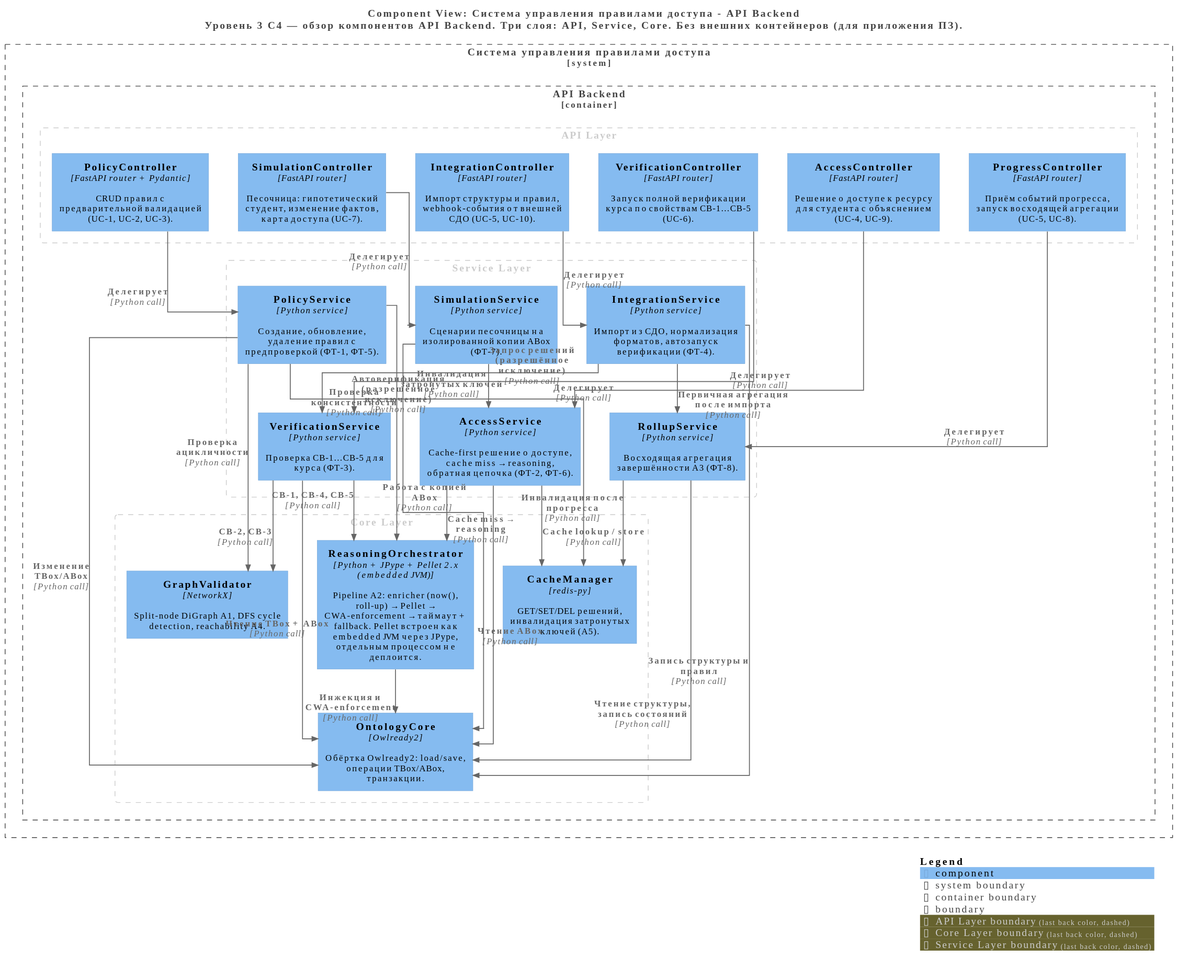
Readiee/vkr-access-control keeps this PlantUML diagram as diagrams/c4/exports/svg/structurizr-Overview.svg. Above is the earlier version.
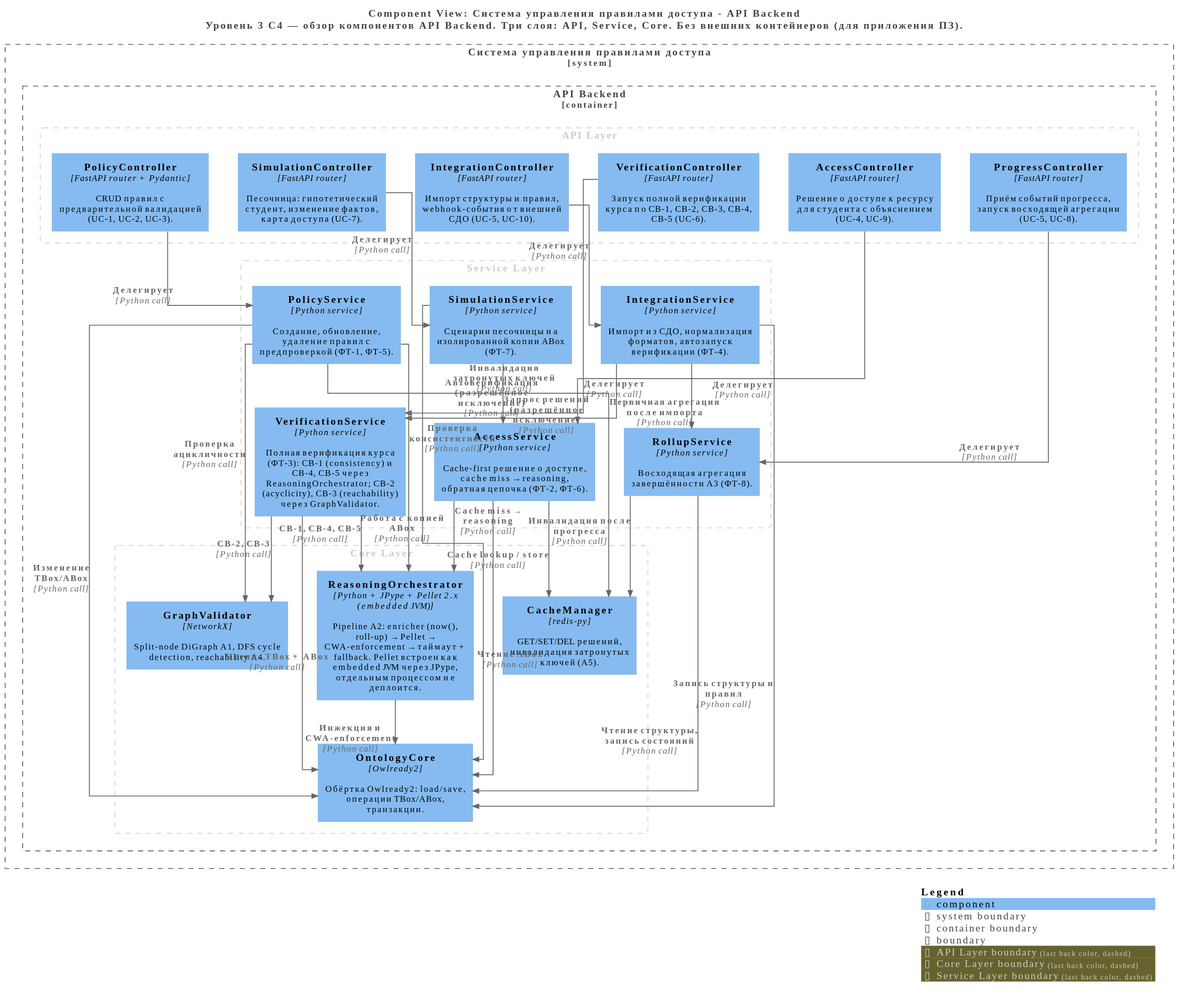
The same diagram one commit later.

The edit, as a diff of the source:
```diff
@@ -31,7 +31,7 @@
   Container_Boundary("Системауправленияправиламидоступа.APIBackend_boundary", "API Backend", $tags="") {
     AddBoundaryTag("API Layer", $borderColor="#cccccc", $fontColor="#cccccc", $borderStyle="dashed")
     Boundary(group_1, "API Layer", $tags="API Layer") {
-      Component(Системауправленияправиламидоступа.APIBackend.VerificationController, "VerificationController", $techn="FastAPI router", $descr="Запуск полной верификации курса по свойствам СВ-1…СВ-5 (UC-6).", $tags="", $link="")
+      Component(Системауправленияправиламидоступа.APIBackend.VerificationController, "VerificationController", $techn="FastAPI router", $descr="Запуск полной верификации курса по СВ-1, СВ-2, СВ-3, СВ-4, СВ-5 (UC-6).", $tags="", $link="")
       Component(Системауправленияправиламидоступа.APIBackend.SimulationController, "SimulationController", $techn="FastAPI router", $descr="Песочница: гипотетический студент, изменение фактов, карта доступа (UC-7).", $tags="", $link="")
       Component(Системауправленияправиламидоступа.APIBackend.IntegrationController, "IntegrationController", $techn="FastAPI router", $descr="Импорт структуры и правил, webhook-события от внешней СДО (UC-5, UC-10).", $tags="", $link="")
       Component(Системауправленияправиламидоступа.APIBackend.PolicyController, "PolicyController", $techn="FastAPI router + Pydantic", $descr="CRUD правил с предварительной валидацией (UC-1, UC-2, UC-3).", $tags="", $link="")
@@ -51,7 +51,7 @@
     Boundary(group_3, "Service Layer", $tags="Service Layer") {
       Component(Системауправленияправиламидоступа.APIBackend.PolicyService, "PolicyService", $techn="Python service", $descr="Создание, обновление, удаление правил с предпроверкой (ФТ-1, ФТ-5).", $tags="", $link="")
       Component(Системауправленияправиламидоступа.APIBackend.AccessService, "AccessService", $techn="Python service", $descr="Cache-first решение о доступе, cache miss → reasoning, обратная цепочка (ФТ-2, ФТ-6).", $tags="", $link="")
-      Component(Системауправленияправиламидоступа.APIBackend.VerificationService, "VerificationService", $techn="Python service", $descr="Проверка СВ-1…СВ-5 для курса (ФТ-3).", $tags="", $link="")
+      Component(Системауправленияправиламидоступа.APIBackend.VerificationService, "VerificationService", $techn="Python service", $descr="Полная верификация курса (ФТ-3): СВ-1 (consistency) и СВ-4, СВ-5 через ReasoningOrchestrator; СВ-2 (acyclicity), СВ-3 (reachability) через GraphValidator.", $tags="", $link="")
       Component(Системауправленияправиламидоступа.APIBackend.SimulationService, "SimulationService", $techn="Python service", $descr="Сценарии песочницы на изолированной копии ABox (ФТ-7).", $tags="", $link="")
       Component(Системауправленияправиламидоступа.APIBackend.RollupService, "RollupService", $techn="Python service", $descr="Восходящая агрегация завершённости А3 (ФТ-8).", $tags="", $link="")
       Component(Системауправленияправиламидоступа.APIBackend.IntegrationService, "IntegrationService", $techn="Python service", $descr="Импорт из СДО, нормализация форматов, автозапуск верификации (ФТ-4).", $tags="", $link="")
```
